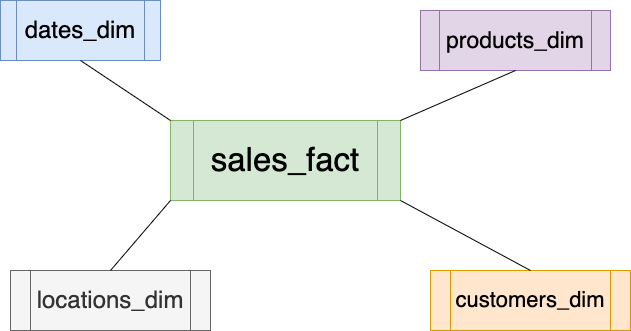
Earlier version of the draw.io export syllabus/week-05_ETL_detailed/ETL_Complete_Example_Movies/step_2_etl_to_star_schema/star_schema.drawio.png (mahmoudparsian/data-warehousing). Source tidied: cells renumbered, new cells last; positions are measured from the earlier drawing's top-left corner, leaving out a move shared by most shapes.
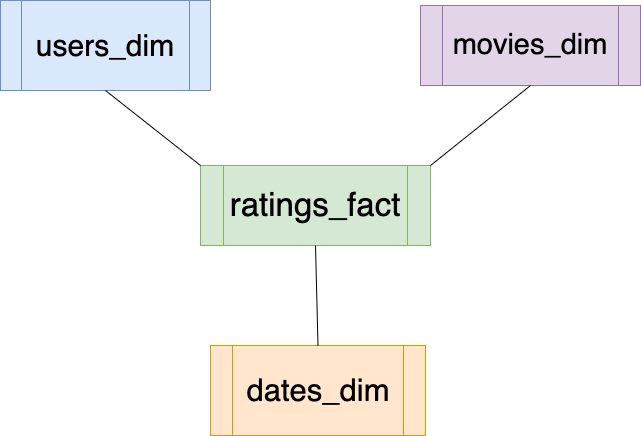
Later version of the same file.

Diff of the diagram source:
```diff
@@ -2,25 +2,19 @@
   <root>
     <mxCell id="0" />
     <mxCell id="1" parent="0" />
-    <mxCell id="2" value="&lt;font style=&quot;font-size: 33px;&quot;&gt;sales_fact&lt;/font&gt;" style="shape=process;whiteSpace=wrap;html=1;backgroundOutline=1;fillColor=#d5e8d4;strokeColor=#82b366;" parent="1" vertex="1">
+    <mxCell id="2" value="&lt;font style=&quot;font-size: 33px;&quot;&gt;ratings_fact&lt;/font&gt;" style="shape=process;whiteSpace=wrap;html=1;backgroundOutline=1;fillColor=#d5e8d4;strokeColor=#82b366;" parent="1" vertex="1">
       <mxGeometry x="170" y="120" width="230" height="80" as="geometry" />
     </mxCell>
-    <mxCell id="3" value="&lt;font style=&quot;font-size: 23px;&quot;&gt;products_dim&lt;/font&gt;" style="shape=process;whiteSpace=wrap;html=1;backgroundOutline=1;fillColor=#e1d5e7;strokeColor=#9673a6;" parent="1" vertex="1">
-      <mxGeometry x="420" y="10" width="190" height="60" as="geometry" />
+    <mxCell id="3" value="&lt;font style=&quot;font-size: 29px;&quot;&gt;movies_dim&lt;/font&gt;" style="shape=process;whiteSpace=wrap;html=1;backgroundOutline=1;fillColor=#e1d5e7;strokeColor=#9673a6;" parent="1" vertex="1">
+      <mxGeometry x="390" y="-40" width="220" height="80" as="geometry" />
     </mxCell>
-    <mxCell id="4" value="&lt;font style=&quot;font-size: 24px;&quot;&gt;dates_dim&lt;/font&gt;" style="shape=process;whiteSpace=wrap;html=1;backgroundOutline=1;fillColor=#dae8fc;strokeColor=#6c8ebf;" parent="1" vertex="1">
-      <mxGeometry width="160" height="60" as="geometry" />
+    <mxCell id="4" value="&lt;font style=&quot;font-size: 30px;&quot;&gt;users_dim&lt;/font&gt;" style="shape=process;whiteSpace=wrap;html=1;backgroundOutline=1;fillColor=#dae8fc;strokeColor=#6c8ebf;" parent="1" vertex="1">
+      <mxGeometry x="-30" y="-45" width="210" height="90" as="geometry" />
     </mxCell>
-    <mxCell id="5" value="&lt;font style=&quot;font-size: 22px;&quot;&gt;customers_dim&lt;/font&gt;" style="shape=process;whiteSpace=wrap;html=1;backgroundOutline=1;fillColor=#ffe6cc;strokeColor=#d79b00;" parent="1" vertex="1">
-      <mxGeometry x="430" y="270" width="200" height="60" as="geometry" />
+    <mxCell id="5" value="&lt;font style=&quot;font-size: 31px;&quot;&gt;dates_dim&lt;/font&gt;" style="shape=process;whiteSpace=wrap;html=1;backgroundOutline=1;fillColor=#ffe6cc;strokeColor=#d79b00;" parent="1" vertex="1">
+      <mxGeometry x="180" y="300" width="215" height="90" as="geometry" />
     </mxCell>
-    <mxCell id="6" value="&lt;font style=&quot;font-size: 24px;&quot;&gt;locations_dim&lt;/font&gt;" style="shape=process;whiteSpace=wrap;html=1;backgroundOutline=1;fillColor=#f5f5f5;strokeColor=#666666;fontColor=#333333;" parent="1" vertex="1">
-      <mxGeometry x="10" y="270" width="200" height="60" as="geometry" />
-    </mxCell>
-    <mxCell id="7" style="endArrow=none;html=1;rounded=0;entryX=0;entryY=1;entryDx=0;entryDy=0;exitX=0.5;exitY=0;exitDx=0;exitDy=0;" parent="1" edge="1" source="6" target="2">
-      <mxGeometry relative="1" as="geometry" />
-    </mxCell>
-    <mxCell id="8" style="endArrow=none;html=1;rounded=0;entryX=1;entryY=1;entryDx=0;entryDy=0;exitX=0.5;exitY=0;exitDx=0;exitDy=0;" parent="1" edge="1" source="5" target="2">
+    <mxCell id="8" style="endArrow=none;html=1;rounded=0;entryX=0.5;entryY=1;entryDx=0;entryDy=0;exitX=0.5;exitY=0;exitDx=0;exitDy=0;" parent="1" edge="1" source="5" target="2">
       <mxGeometry relative="1" as="geometry" />
     </mxCell>
     <mxCell id="9" style="endArrow=none;html=1;rounded=0;entryX=0.5;entryY=1;entryDx=0;entryDy=0;exitX=1;exitY=0;exitDx=0;exitDy=0;" parent="1" edge="1" source="2" target="3">
```
